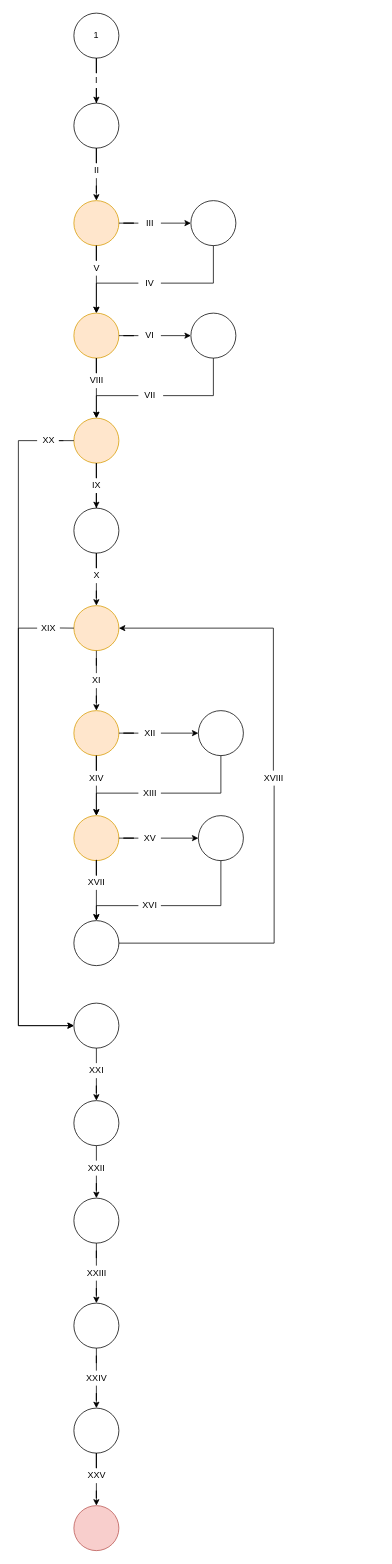
Above: diagramas/ejercicio_2/grafoG_ejercicio2.drawio in alumnos-ingcom/python-2-gastonslv (draw.io), before the change. Source tidied: cells renumbered, new cells numbered last; positions are measured from the earlier drawing's top-left corner, leaving out a move shared by most shapes. Both pictures are drawn from the tidied source at 75%, with x=0, y=0 at pixel (18, 13).
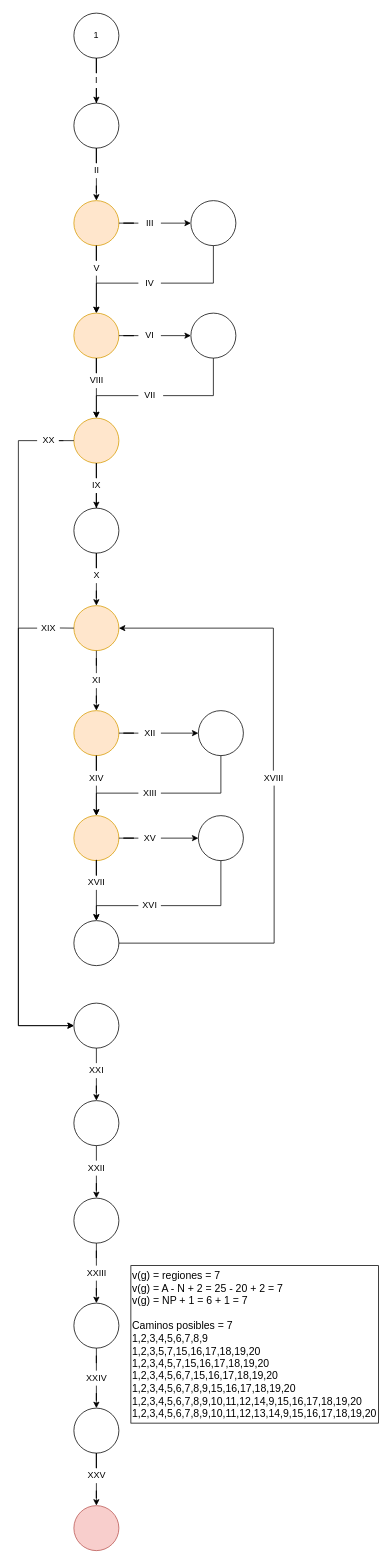
After the change.

Commit message:
Agrego el cálculo de complejidad del grafo.

Diff of the diagram source:
```diff
@@
+    <mxCell id="97" value="&lt;div style=&quot;font-size: 14px;&quot;&gt;&lt;font style=&quot;font-size: 14px;&quot;&gt;v(g) = regiones = 7&lt;/font&gt;&lt;/div&gt;&lt;div style=&quot;font-size: 14px;&quot;&gt;&lt;font style=&quot;font-size: 14px;&quot;&gt;v(g) = A - N + 2 = 25 - 20 + 2 = 7&lt;/font&gt;&lt;/div&gt;&lt;div style=&quot;font-size: 14px;&quot;&gt;&lt;font style=&quot;font-size: 14px;&quot;&gt;v(g) = NP + 1 = 6 + 1 = 7&lt;/font&gt;&lt;/div&gt;&lt;div style=&quot;font-size: 14px;&quot;&gt;&lt;font style=&quot;font-size: 14px;&quot;&gt;&lt;br&gt;&lt;/font&gt;&lt;/div&gt;&lt;div style=&quot;font-size: 14px;&quot;&gt;&lt;font style=&quot;font-size: 14px;&quot;&gt;Caminos posibles = 7&lt;/font&gt;&lt;/div&gt;&lt;div style=&quot;font-size: 14px;&quot;&gt;&lt;font style=&quot;font-size: 14px;&quot;&gt;1,2,3,4,5,6,7,8,9&lt;/font&gt;&lt;/div&gt;&lt;div style=&quot;font-size: 14px;&quot;&gt;&lt;font style=&quot;font-size: 14px;&quot;&gt;1,2,3,5,7,15,16,17,18,19,20&lt;/font&gt;&lt;/div&gt;&lt;div style=&quot;font-size: 14px;&quot;&gt;&lt;font style=&quot;font-size: 14px;&quot;&gt;1,2,3,4,5,7,15,16,17,18,19,20&lt;/font&gt;&lt;/div&gt;&lt;div style=&quot;font-size: 14px;&quot;&gt;&lt;font style=&quot;font-size: 14px;&quot;&gt;1,2,3,4,5,6,7,15,16,17,18,19,20&lt;/font&gt;&lt;/div&gt;&lt;div style=&quot;font-size: 14px;&quot;&gt;&lt;font style=&quot;font-size: 14px;&quot;&gt;1,2,3,4,5,6,7,8,9,15,16,17,18,19,20&lt;/font&gt;&lt;/div&gt;&lt;div style=&quot;font-size: 14px;&quot;&gt;&lt;font style=&quot;font-size: 14px;&quot;&gt;1,2,3,4,5,6,7,8,9,10,11,12,14,9,15,16,17,18,19,20&lt;/font&gt;&lt;/div&gt;&lt;div style=&quot;font-size: 14px;&quot;&gt;&lt;font style=&quot;font-size: 14px;&quot;&gt;1,2,3,4,5,6,7,8,9,10,11,12,13,14,9,15,16,17,18,19,20&lt;/font&gt;&lt;/div&gt;" style="rounded=0;whiteSpace=wrap;html=1;align=left;" parent="1" vertex="1">
+      <mxGeometry x="150" y="1670" width="330" height="210" as="geometry" />
+    </mxCell>
```
